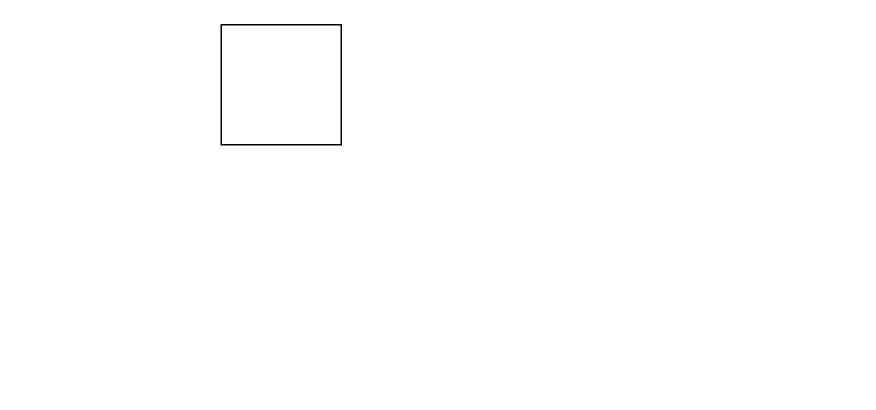
Before: page "第 1 页" (1 of 2) of 未命名绘图.drawio in DuanHY/drawio, a draw.io diagram. Source tidied: cells renumbered, new cells numbered last; positions are measured from the earlier drawing's top-left corner, leaving out a move shared by most shapes. Both pictures are drawn from the tidied source at 150%, with x=0, y=0 at pixel (220, 24).
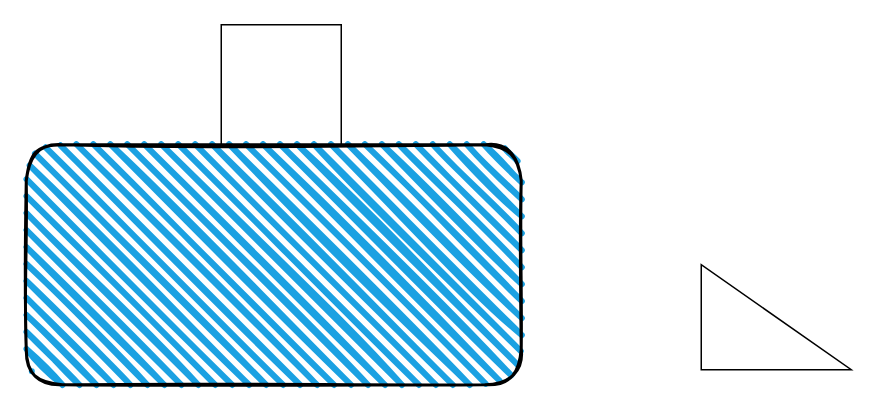
The same page after the edit.

Commit message (it also covers changes not shown here):
更新未命名绘图.drawio

The edit, as a diff of the source:
```diff
@@
 <mxGraphModel>
   <root>
     <mxCell id="0" />
     <mxCell id="1" parent="0" />
     <mxCell id="2" style="whiteSpace=wrap;html=1;" parent="1" vertex="1">
       <mxGeometry width="80" height="80" as="geometry" />
     </mxCell>
+    <mxCell id="3" style="rounded=1;whiteSpace=wrap;html=1;strokeWidth=2;fillWeight=4;hachureGap=8;hachureAngle=45;fillColor=#1ba1e2;sketch=1;" parent="1" vertex="1">
+      <mxGeometry x="-130" y="80" width="330" height="160" as="geometry" />
+    </mxCell>
+    <mxCell id="4" style="verticalLabelPosition=bottom;verticalAlign=top;html=1;shape=mxgraph.basic.orthogonal_triangle;" parent="1" vertex="1">
+      <mxGeometry x="320" y="160" width="100" height="70" as="geometry" />
+    </mxCell>
   </root>
 </mxGraphModel>
```
